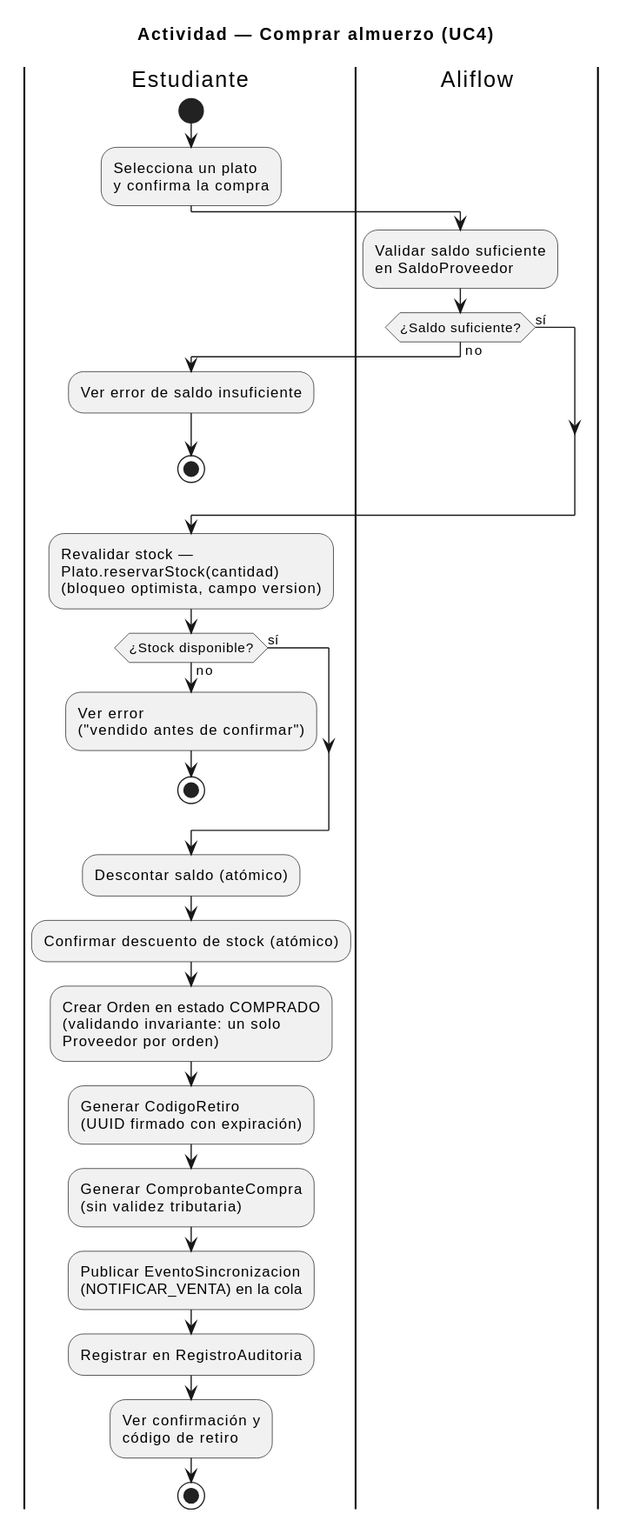
Above: uml/actividad-compra-almuerzo.svg in Jesus-JB/aliflow (PlantUML), before the change. The source it was exported from:
```plantuml
@startuml
title Actividad — Comprar almuerzo (UC4)

|Estudiante|
start
:Selecciona un plato\ny confirma la compra;

|Aliflow|
:Validar saldo suficiente\nen SaldoProveedor;
if (¿Saldo suficiente?) then (no)
  |Estudiante|
  :Ver error de saldo insuficiente;
  stop
else (sí)
endif

:Revalidar stock —\nPlato.reservarStock(cantidad)\n(bloqueo optimista, campo version);
if (¿Stock disponible?) then (no)
  |Estudiante|
  :Ver error\n("vendido antes de confirmar");
  stop
else (sí)
endif

:Descontar saldo (atómico);
:Confirmar descuento de stock (atómico);
:Crear Orden en estado COMPRADO\n(validando invariante: un solo\nProveedor por orden);
:Generar CodigoRetiro\n(UUID firmado con expiración);
:Generar ComprobanteCompra\n(sin validez tributaria);
:Publicar EventoSincronizacion\n(NOTIFICAR_VENTA) en la cola;
:Registrar en RegistroAuditoria;

|Estudiante|
:Ver confirmación y\ncódigo de retiro;
stop
@enduml
```
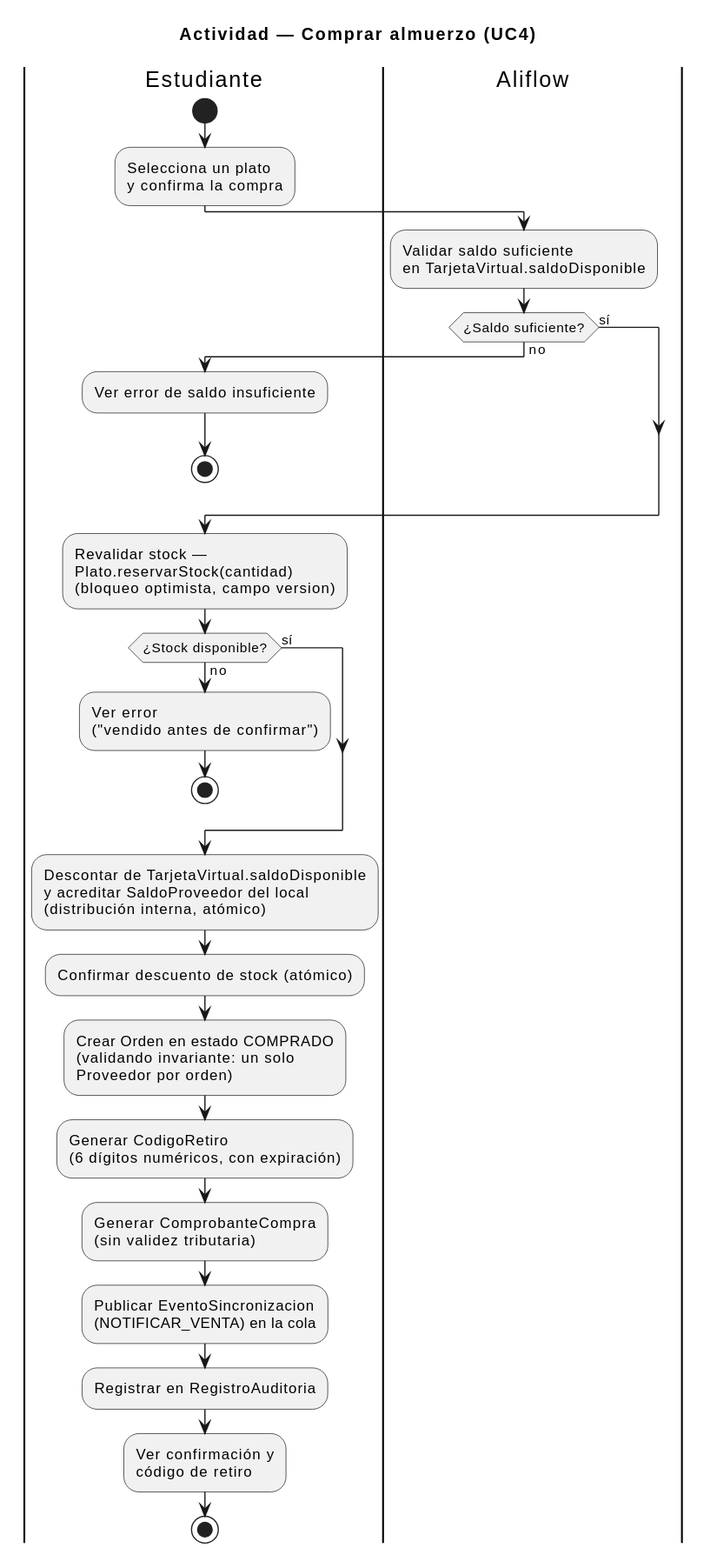
After the change.

The edit, as a diff of the source:
```diff
@@ -6,7 +6,7 @@
 :Selecciona un plato\ny confirma la compra;
 
 |Aliflow|
-:Validar saldo suficiente\nen SaldoProveedor;
+:Validar saldo suficiente\nen TarjetaVirtual.saldoDisponible;
 if (¿Saldo suficiente?) then (no)
   |Estudiante|
   :Ver error de saldo insuficiente;
@@ -22,10 +22,10 @@
 else (sí)
 endif
 
-:Descontar saldo (atómico);
+:Descontar de TarjetaVirtual.saldoDisponible\ny acreditar SaldoProveedor del local\n(distribución interna, atómico);
 :Confirmar descuento de stock (atómico);
 :Crear Orden en estado COMPRADO\n(validando invariante: un solo\nProveedor por orden);
-:Generar CodigoRetiro\n(UUID firmado con expiración);
+:Generar CodigoRetiro\n(6 dígitos numéricos, con expiración);
 :Generar ComprobanteCompra\n(sin validez tributaria);
 :Publicar EventoSincronizacion\n(NOTIFICAR_VENTA) en la cola;
 :Registrar en RegistroAuditoria;
```
